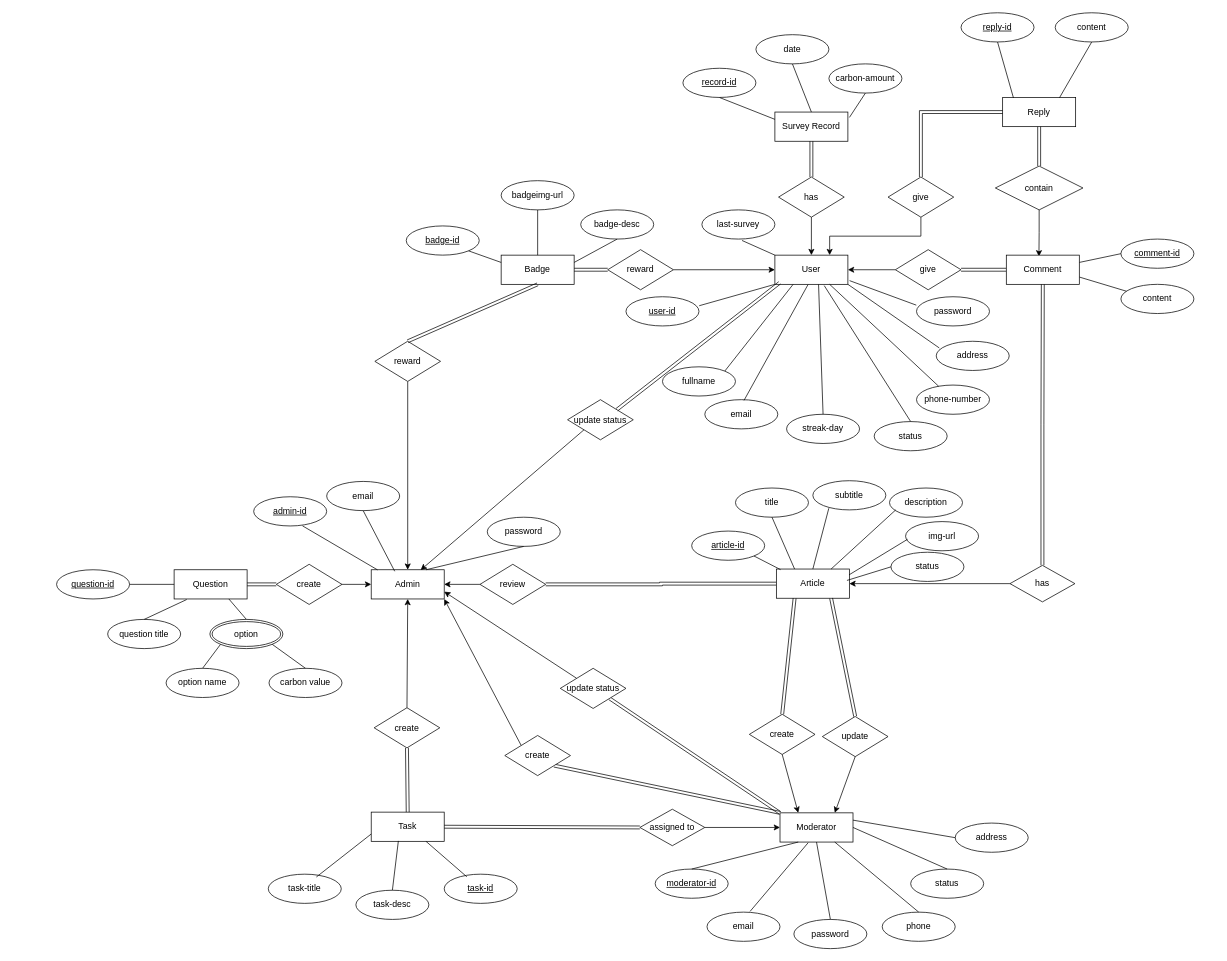
This is carbonTracker.drawio from NoelPOS/carbon-tracker, a draw.io file, before an edit. Source tidied: cells renumbered, new cells numbered last; positions are measured from the earlier drawing's top-left corner, leaving out a move shared by most shapes. Both pictures are drawn from the tidied source at 73%, with x=0, y=0 at pixel (56, 12).
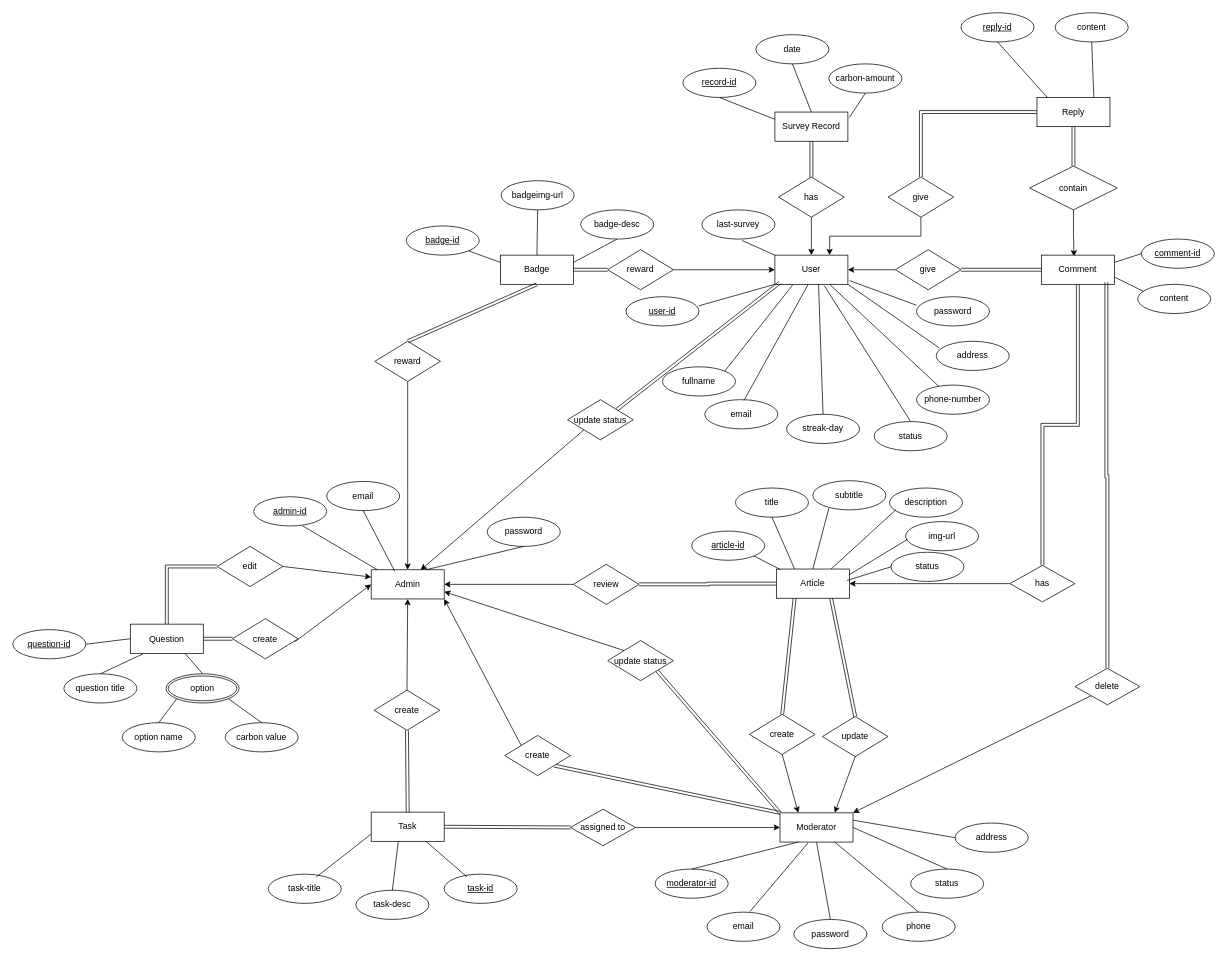
The same diagram, later.

Unchanged cells that the change refers to:
```xml
<mxCell id="2" value="Admin" style="whiteSpace=wrap;html=1;align=center;" parent="1" vertex="1">
  <mxGeometry x="431" y="763" width="100" height="40" as="geometry" />
</mxCell>
<mxCell id="16" value="Moderator" style="whiteSpace=wrap;html=1;align=center;" parent="1" vertex="1">
  <mxGeometry x="991" y="1096" width="100" height="40" as="geometry" />
</mxCell>
```

The edit, as a diff of the source:
```diff
@@
+    <mxCell id="145" style="edgeStyle=orthogonalEdgeStyle;rounded=0;jettySize=auto;html=1;exitX=0.5;exitY=0;exitDx=0;exitDy=0;entryX=0;entryY=0.5;entryDx=0;entryDy=0;shape=link;" parent="1" edge="1" source="3" target="149">
+      <mxGeometry relative="1" as="geometry" />
+    </mxCell>
     <mxCell id="3" value="Question" style="whiteSpace=wrap;html=1;align=center;" parent="1" vertex="1">
-      <mxGeometry x="161" y="763" width="100" height="40" as="geometry" />
+      <mxGeometry x="101" y="837.5" width="100" height="40" as="geometry" />
     </mxCell>
     <mxCell id="4" value="create" style="shape=rhombus;perimeter=rhombusPerimeter;whiteSpace=wrap;html=1;align=center;" parent="1" vertex="1">
-      <mxGeometry x="301" y="755.5" width="90" height="55" as="geometry" />
+      <mxGeometry x="241" y="830" width="90" height="55" as="geometry" />
     </mxCell>
@@
-    <mxCell id="6" style="endArrow=classic;html=1;rounded=0;entryX=0;entryY=0.5;entryDx=0;entryDy=0;" parent="1" edge="1" target="2">
-      <mxGeometry relative="1" as="geometry">
-        <mxPoint x="391" y="783" as="sourcePoint" />
-      </mxGeometry>
+    <mxCell id="6" style="endArrow=classic;html=1;rounded=0;entryX=0;entryY=0.5;entryDx=0;entryDy=0;exitX=0.946;exitY=0.579;exitDx=0;exitDy=0;exitPerimeter=0;" parent="1" edge="1" source="4" target="2">
+      <mxGeometry relative="1" as="geometry" />
     </mxCell>
     <mxCell id="7" value="create" style="shape=rhombus;perimeter=rhombusPerimeter;whiteSpace=wrap;html=1;align=center;" parent="1" vertex="1">
-      <mxGeometry x="435" y="952" width="90" height="55" as="geometry" />
+      <mxGeometry x="435" y="928" width="90" height="55" as="geometry" />
     </mxCell>
@@
     <mxCell id="12" value="review" style="shape=rhombus;perimeter=rhombusPerimeter;whiteSpace=wrap;html=1;align=center;" parent="1" vertex="1">
-      <mxGeometry x="580" y="755.5" width="90" height="55" as="geometry" />
+      <mxGeometry x="708" y="755.5" width="90" height="55" as="geometry" />
     </mxCell>
@@
     <mxCell id="18" value="assigned to" style="shape=rhombus;perimeter=rhombusPerimeter;whiteSpace=wrap;html=1;align=center;" parent="1" vertex="1">
-      <mxGeometry x="799" y="1091" width="89" height="50" as="geometry" />
+      <mxGeometry x="704" y="1091" width="89" height="50" as="geometry" />
     </mxCell>
@@
     <mxCell id="28" value="Badge" style="whiteSpace=wrap;html=1;align=center;" parent="1" vertex="1">
-      <mxGeometry x="609" y="332" width="100" height="40" as="geometry" />
+      <mxGeometry x="608" y="332" width="100" height="40" as="geometry" />
     </mxCell>
@@
     <mxCell id="42" value="Reply" style="whiteSpace=wrap;html=1;align=center;" parent="1" vertex="1">
-      <mxGeometry x="1296" y="116" width="100" height="40" as="geometry" />
+      <mxGeometry x="1343" y="116" width="100" height="40" as="geometry" />
     </mxCell>
@@
     <mxCell id="50" value="question-id" style="ellipse;whiteSpace=wrap;html=1;align=center;fontStyle=4;" parent="1" vertex="1">
-      <mxGeometry y="763" width="100" height="40" as="geometry" />
+      <mxGeometry x="-60" y="845" width="100" height="40" as="geometry" />
     </mxCell>
@@
     <mxCell id="52" value="comment-id" style="ellipse;whiteSpace=wrap;html=1;align=center;fontStyle=4;" parent="1" vertex="1">
-      <mxGeometry x="1458" y="310" width="100" height="40" as="geometry" />
+      <mxGeometry x="1486" y="310" width="100" height="40" as="geometry" />
     </mxCell>
@@
     <mxCell id="69" value="question title" style="ellipse;whiteSpace=wrap;html=1;align=center;" parent="1" vertex="1">
-      <mxGeometry x="70" y="831" width="100" height="40" as="geometry" />
+      <mxGeometry x="10" y="905.5" width="100" height="40" as="geometry" />
     </mxCell>
     <mxCell id="70" value="option" style="ellipse;shape=doubleEllipse;margin=3;whiteSpace=wrap;html=1;align=center;" parent="1" vertex="1">
-      <mxGeometry x="210" y="831" width="100" height="40" as="geometry" />
+      <mxGeometry x="150" y="905.5" width="100" height="40" as="geometry" />
     </mxCell>
     <mxCell id="71" value="option name" style="ellipse;whiteSpace=wrap;html=1;align=center;" parent="1" vertex="1">
-      <mxGeometry x="150" y="898" width="100" height="40" as="geometry" />
+      <mxGeometry x="90" y="972.5" width="100" height="40" as="geometry" />
     </mxCell>
     <mxCell id="72" value="carbon value" style="ellipse;whiteSpace=wrap;html=1;align=center;" parent="1" vertex="1">
-      <mxGeometry x="291" y="898" width="100" height="40" as="geometry" />
+      <mxGeometry x="231" y="972.5" width="100" height="40" as="geometry" />
     </mxCell>
@@
     <mxCell id="83" value="content" style="ellipse;whiteSpace=wrap;html=1;align=center;" parent="1" vertex="1">
-      <mxGeometry x="1458" y="372" width="100" height="40" as="geometry" />
+      <mxGeometry x="1481" y="372" width="100" height="40" as="geometry" />
     </mxCell>
@@
     <mxCell id="133" value="update status" style="shape=rhombus;perimeter=rhombusPerimeter;whiteSpace=wrap;html=1;align=center;" parent="1" vertex="1">
-      <mxGeometry x="690" y="898" width="90" height="55" as="geometry" />
+      <mxGeometry x="755" y="860" width="90" height="55" as="geometry" />
     </mxCell>
@@
     <mxCell id="141" value="Comment" style="whiteSpace=wrap;html=1;align=center;" parent="1" vertex="1">
-      <mxGeometry x="1301" y="332" width="100" height="40" as="geometry" />
+      <mxGeometry x="1349" y="332" width="100" height="40" as="geometry" />
     </mxCell>
@@
     <mxCell id="144" value="contain" style="shape=rhombus;perimeter=rhombusPerimeter;whiteSpace=wrap;html=1;align=center;" parent="1" vertex="1">
-      <mxGeometry x="1286" y="210" width="120" height="60" as="geometry" />
+      <mxGeometry x="1333" y="210" width="120" height="60" as="geometry" />
     </mxCell>
+    <mxCell id="146" style="rounded=0;jettySize=auto;html=1;exitX=0;exitY=1;exitDx=0;exitDy=0;entryX=1;entryY=0;entryDx=0;entryDy=0;" parent="1" edge="1" source="147" target="16">
+      <mxGeometry relative="1" as="geometry" />
+    </mxCell>
+    <mxCell id="147" value="delete" style="shape=rhombus;perimeter=rhombusPerimeter;whiteSpace=wrap;html=1;align=center;" parent="1" vertex="1">
+      <mxGeometry x="1395" y="898" width="89" height="50" as="geometry" />
+    </mxCell>
+    <mxCell id="148" style="rounded=0;jettySize=auto;html=1;exitX=1;exitY=0.5;exitDx=0;exitDy=0;entryX=0;entryY=0.25;entryDx=0;entryDy=0;" parent="1" edge="1" source="149" target="2">
+      <mxGeometry relative="1" as="geometry" />
+    </mxCell>
+    <mxCell id="149" value="edit" style="shape=rhombus;perimeter=rhombusPerimeter;whiteSpace=wrap;html=1;align=center;" parent="1" vertex="1">
+      <mxGeometry x="220" y="731" width="90" height="55" as="geometry" />
+    </mxCell>
+    <mxCell id="150" style="edgeStyle=orthogonalEdgeStyle;rounded=0;jettySize=auto;html=1;exitX=0.5;exitY=0;exitDx=0;exitDy=0;entryX=0.891;entryY=0.928;entryDx=0;entryDy=0;entryPerimeter=0;shape=link;" parent="1" edge="1" source="147" target="141">
+      <mxGeometry relative="1" as="geometry" />
+    </mxCell>
```
